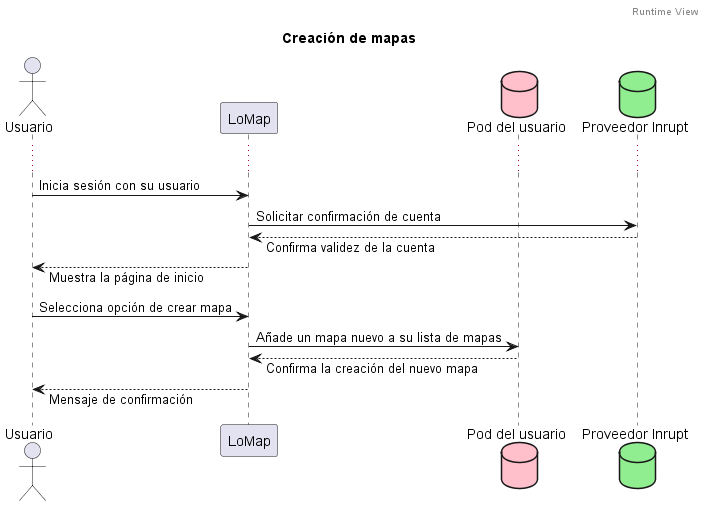
Arquisoft/lomap_es4b keeps this PlantUML diagram as images/Crear mapa.png. Above is the earlier version.
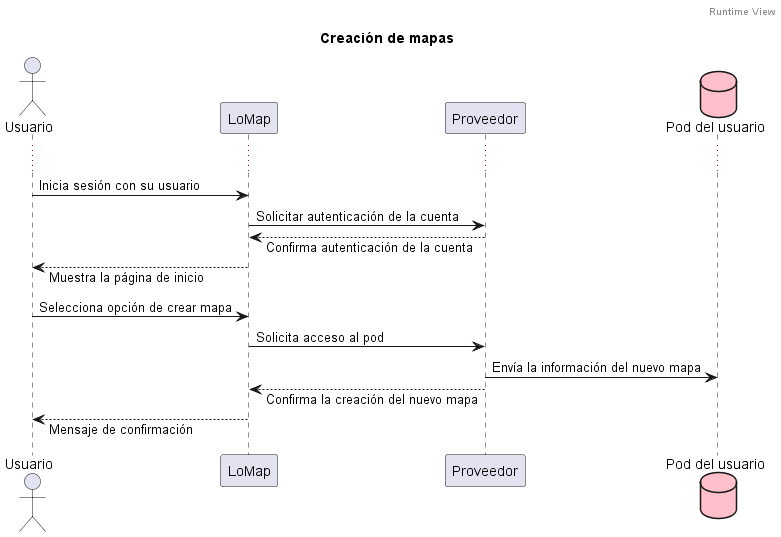
The same diagram one commit later.

Change to the diagram source:
```diff
@@ -4,8 +4,8 @@
 
 Actor Usuario
 Participant LoMap
+Participant Proveedor
 Database Pod as "Pod del usuario" #pink
-Database DataBase as "Proveedor Inrupt" #lightgreen
 
 skinparam responseMessageBelowArrow true
 
@@ -13,15 +13,16 @@
 
 Usuario -> LoMap: Inicia sesión con su usuario
 
-LoMap -> DataBase: Solicitar confirmación de cuenta
-LoMap <-- DataBase: Confirma validez de la cuenta
+LoMap -> Proveedor: Solicitar autenticación de la cuenta
+LoMap <-- Proveedor: Confirma autenticación de la cuenta
 
 Usuario <-- LoMap: Muestra la página de inicio
 
 Usuario -> LoMap: Selecciona opción de crear mapa
 
-LoMap -> Pod: Añade un mapa nuevo a su lista de mapas
-LoMap <-- Pod: Confirma la creación del nuevo mapa
+LoMap -> Proveedor: Solicita acceso al pod
+Proveedor -> Pod: Envía la información del nuevo mapa
+LoMap <-- Proveedor: Confirma la creación del nuevo mapa
 
 Usuario <-- LoMap: Mensaje de confirmación
 @enduml
```
